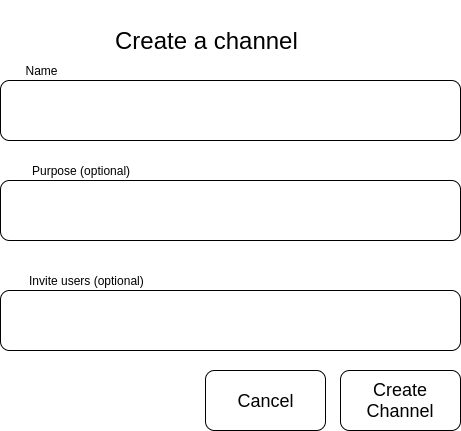
Above: docs/wireframes/new-channel.png in joshgelbard/Remiss (draw.io), before the change. Source tidied: cells renumbered, new cells last; positions are measured from the earlier drawing's top-left corner, leaving out a move shared by most shapes. The source it was exported from:
```xml
<mxGraphModel background="#ffffff">
  <root>
    <mxCell id="0" />
    <mxCell id="1" parent="0" />
    <mxCell id="2" value="&lt;font style=&quot;font-size: 24px&quot;&gt;Create a channel&lt;/font&gt;" style="text;html=1;strokeColor=none;fillColor=none;align=center;verticalAlign=middle;whiteSpace=wrap;" parent="1" vertex="1">
      <mxGeometry x="10" width="390" height="80" as="geometry" />
    </mxCell>
    <mxCell id="3" style="rounded=1;whiteSpace=wrap;html=1;" parent="1" vertex="1">
      <mxGeometry y="80" width="460" height="60" as="geometry" />
    </mxCell>
    <mxCell id="4" value="Name" style="text;html=1;strokeColor=none;fillColor=none;align=center;verticalAlign=middle;whiteSpace=wrap;" parent="1" vertex="1">
      <mxGeometry x="20" y="60" width="40" height="20" as="geometry" />
    </mxCell>
    <mxCell id="5" style="rounded=1;whiteSpace=wrap;html=1;" parent="1" vertex="1">
      <mxGeometry y="180" width="460" height="60" as="geometry" />
    </mxCell>
    <mxCell id="6" value="Pur&lt;span&gt;pose (optional)&lt;/span&gt;" style="text;html=1;strokeColor=none;fillColor=none;align=center;verticalAlign=middle;whiteSpace=wrap;" parent="1" vertex="1">
      <mxGeometry x="20" y="160" width="120" height="20" as="geometry" />
    </mxCell>
    <mxCell id="7" style="rounded=1;whiteSpace=wrap;html=1;" parent="1" vertex="1">
      <mxGeometry y="290" width="460" height="60" as="geometry" />
    </mxCell>
    <mxCell id="8" value="Invite users (optional)" style="text;html=1;strokeColor=none;fillColor=none;align=center;verticalAlign=middle;whiteSpace=wrap;" parent="1" vertex="1">
      <mxGeometry x="20" y="270" width="130" height="20" as="geometry" />
    </mxCell>
    <mxCell id="9" style="rounded=1;whiteSpace=wrap;html=1;" parent="1" vertex="1">
      <mxGeometry x="340" y="370" width="120" height="60" as="geometry" />
    </mxCell>
    <mxCell id="10" style="rounded=1;whiteSpace=wrap;html=1;" parent="1" vertex="1">
      <mxGeometry x="205" y="370" width="120" height="60" as="geometry" />
    </mxCell>
    <mxCell id="11" value="&lt;font style=&quot;font-size: 18px&quot;&gt;Cancel&lt;/font&gt;" style="text;html=1;strokeColor=none;fillColor=none;align=center;verticalAlign=middle;whiteSpace=wrap;" parent="1" vertex="1">
      <mxGeometry x="225" y="380" width="80" height="40" as="geometry" />
    </mxCell>
    <mxCell id="12" value="&lt;font style=&quot;font-size: 18px&quot;&gt;Create Channel&lt;/font&gt;" style="text;html=1;strokeColor=none;fillColor=none;align=center;verticalAlign=middle;whiteSpace=wrap;" parent="1" vertex="1">
      <mxGeometry x="360" y="380" width="80" height="40" as="geometry" />
    </mxCell>
  </root>
</mxGraphModel>
```
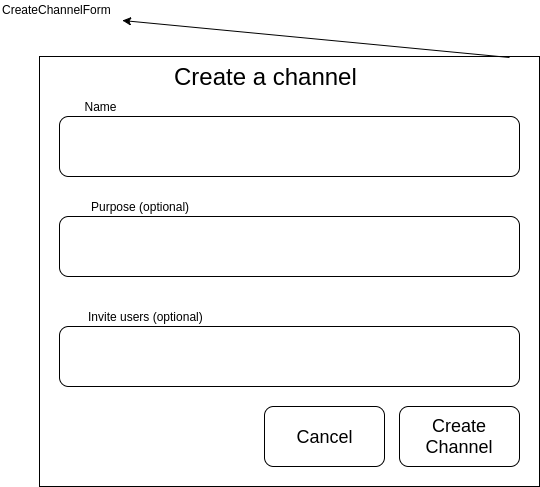
After the change.

Diff of the diagram source:
```diff
@@ -2,6 +2,9 @@
   <root>
     <mxCell id="0" />
     <mxCell id="1" parent="0" />
+    <mxCell id="13" style="whiteSpace=wrap;html=1;" parent="1" vertex="1">
+      <mxGeometry x="-20" y="20" width="500" height="430" as="geometry" />
+    </mxCell>
     <mxCell id="2" value="&lt;font style=&quot;font-size: 24px&quot;&gt;Create a channel&lt;/font&gt;" style="text;html=1;strokeColor=none;fillColor=none;align=center;verticalAlign=middle;whiteSpace=wrap;" parent="1" vertex="1">
       <mxGeometry x="10" width="390" height="80" as="geometry" />
     </mxCell>
@@ -35,5 +38,11 @@
     <mxCell id="12" value="&lt;font style=&quot;font-size: 18px&quot;&gt;Create Channel&lt;/font&gt;" style="text;html=1;strokeColor=none;fillColor=none;align=center;verticalAlign=middle;whiteSpace=wrap;" parent="1" vertex="1">
       <mxGeometry x="360" y="380" width="80" height="40" as="geometry" />
     </mxCell>
+    <mxCell id="14" value="CreateChannelForm" style="text;html=1;points=[];align=left;verticalAlign=top;spacingTop=-4;" parent="1" vertex="1">
+      <mxGeometry x="-59" y="-36" width="120" height="20" as="geometry" />
+    </mxCell>
+    <mxCell id="15" style="endArrow=classic;html=1;exitX=0.94;exitY=0.002;exitPerimeter=0;entryX=1.018;entryY=1.018;entryPerimeter=0;" parent="1" edge="1" source="13" target="14">
+      <mxGeometry relative="1" as="geometry" />
+    </mxCell>
   </root>
 </mxGraphModel>
```
